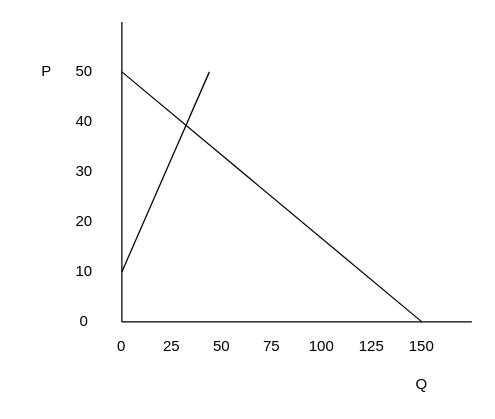
Above: charts/Untitled Diagram.drawio in billlange1968/drawio (draw.io), before the change. Source tidied: cells renumbered, new cells numbered last; positions are measured from the earlier drawing's top-left corner, leaving out a move shared by most shapes. Both pictures are drawn from the tidied source at 125%, with x=0, y=0 at pixel (21, 21).
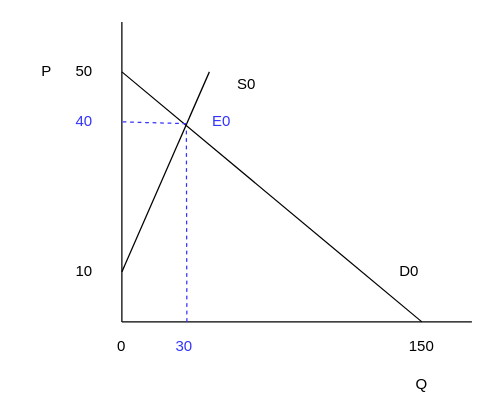
Above is the later version.

What changed in the source:
```diff
@@
-    <mxCell id="7" value="40" style="text;html=1;strokeColor=none;fillColor=none;align=center;verticalAlign=middle;whiteSpace=wrap;rounded=0;" parent="1" vertex="1">
+    <mxCell id="7" value="40" style="text;html=1;strokeColor=none;fillColor=none;align=center;verticalAlign=middle;whiteSpace=wrap;rounded=0;fontColor=#3333FF;" parent="1" vertex="1">
       <mxGeometry x="30" y="70" width="40" height="20" as="geometry" />
     </mxCell>
-    <mxCell id="8" value="30" style="text;html=1;strokeColor=none;fillColor=none;align=center;verticalAlign=middle;whiteSpace=wrap;rounded=0;" parent="1" vertex="1">
-      <mxGeometry x="30" y="110" width="40" height="20" as="geometry" />
-    </mxCell>
-    <mxCell id="9" value="20" style="text;html=1;strokeColor=none;fillColor=none;align=center;verticalAlign=middle;whiteSpace=wrap;rounded=0;" parent="1" vertex="1">
-      <mxGeometry x="30" y="150" width="40" height="20" as="geometry" />
-    </mxCell>
@@
-    <mxCell id="11" value="0" style="text;html=1;strokeColor=none;fillColor=none;align=center;verticalAlign=middle;whiteSpace=wrap;rounded=0;" parent="1" vertex="1">
-      <mxGeometry x="30" y="230" width="40" height="20" as="geometry" />
-    </mxCell>
@@
-    <mxCell id="13" value="75" style="text;html=1;strokeColor=none;fillColor=none;align=center;verticalAlign=middle;whiteSpace=wrap;rounded=0;" parent="1" vertex="1">
-      <mxGeometry x="180" y="250" width="40" height="20" as="geometry" />
-    </mxCell>
@@
-    <mxCell id="15" value="25" style="text;html=1;strokeColor=none;fillColor=none;align=center;verticalAlign=middle;whiteSpace=wrap;rounded=0;" parent="1" vertex="1">
-      <mxGeometry x="100" y="250" width="40" height="20" as="geometry" />
-    </mxCell>
-    <mxCell id="16" value="50" style="text;html=1;strokeColor=none;fillColor=none;align=center;verticalAlign=middle;whiteSpace=wrap;rounded=0;" parent="1" vertex="1">
-      <mxGeometry x="140" y="250" width="40" height="20" as="geometry" />
+    <mxCell id="16" value="30" style="text;html=1;strokeColor=none;fillColor=none;align=center;verticalAlign=middle;whiteSpace=wrap;rounded=0;fontColor=#3333FF;" parent="1" vertex="1">
+      <mxGeometry x="110" y="250" width="40" height="20" as="geometry" />
     </mxCell>
-    <mxCell id="17" value="100" style="text;html=1;strokeColor=none;fillColor=none;align=center;verticalAlign=middle;whiteSpace=wrap;rounded=0;" parent="1" vertex="1">
-      <mxGeometry x="220" y="250" width="40" height="20" as="geometry" />
-    </mxCell>
-    <mxCell id="18" value="125" style="text;html=1;strokeColor=none;fillColor=none;align=center;verticalAlign=middle;whiteSpace=wrap;rounded=0;" parent="1" vertex="1">
-      <mxGeometry x="260" y="250" width="40" height="20" as="geometry" />
-    </mxCell>
@@
+    <mxCell id="21" value="E0" style="text;html=1;strokeColor=none;fillColor=none;align=center;verticalAlign=middle;whiteSpace=wrap;rounded=0;fontColor=#3333FF;" parent="1" vertex="1">
+      <mxGeometry x="140" y="70" width="40" height="20" as="geometry" />
+    </mxCell>
+    <mxCell id="22" value="S0" style="text;html=1;strokeColor=none;fillColor=none;align=center;verticalAlign=middle;whiteSpace=wrap;rounded=0;" parent="1" vertex="1">
+      <mxGeometry x="160" y="40" width="40" height="20" as="geometry" />
+    </mxCell>
+    <mxCell id="23" value="D0" style="text;html=1;strokeColor=none;fillColor=none;align=center;verticalAlign=middle;whiteSpace=wrap;rounded=0;" parent="1" vertex="1">
+      <mxGeometry x="290" y="190" width="40" height="20" as="geometry" />
+    </mxCell>
+    <mxCell id="24" style="endArrow=none;dashed=1;html=1;exitX=-0.21;exitY=0.57;exitDx=0;exitDy=0;exitPerimeter=0;strokeColor=#3333FF;" parent="1" edge="1" source="21">
+      <mxGeometry relative="1" as="geometry">
+        <mxPoint x="80" y="80" as="targetPoint" />
+      </mxGeometry>
+    </mxCell>
+    <mxCell id="25" style="endArrow=none;dashed=1;html=1;entryX=-0.21;entryY=0.73;entryDx=0;entryDy=0;entryPerimeter=0;strokeColor=#3333FF;" parent="1" edge="1" target="21">
+      <mxGeometry relative="1" as="geometry">
+        <mxPoint x="132" y="240" as="sourcePoint" />
+      </mxGeometry>
+    </mxCell>
```
